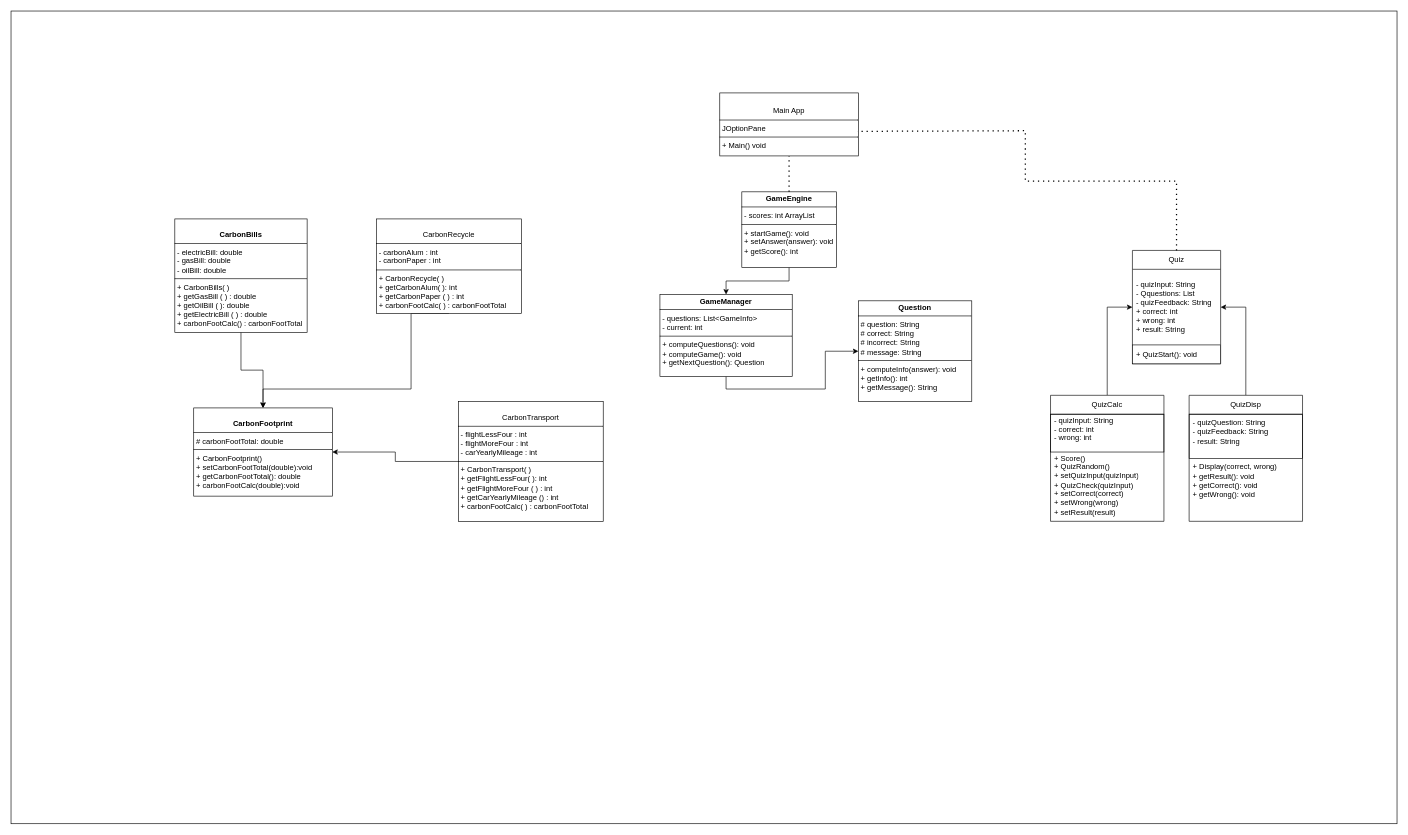
This is ClassDiagram.drawio from JordanTheCodeless/OOP_SDG_CA, a draw.io file, before an edit. Source tidied: cells renumbered, new cells numbered last; positions are measured from the earlier drawing's top-left corner, leaving out a move shared by most shapes. Both pictures are drawn from the tidied source at 63%, with x=0, y=0 at pixel (11, 11).
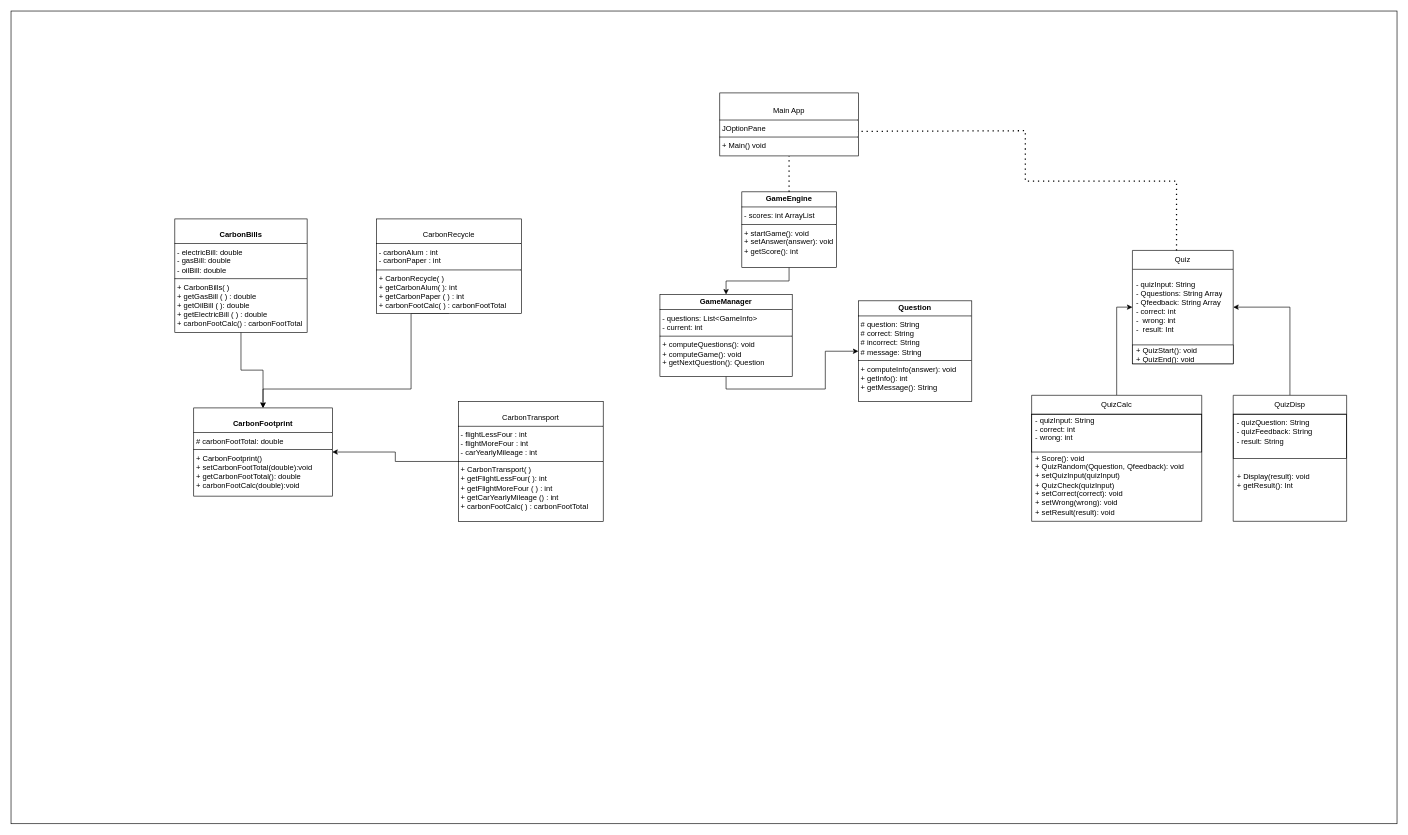
Above is the later version.

Commit message:
Diagram changes -Greg

Diff of the diagram source:
```diff
@@
     <mxCell id="12" value="Quiz" style="swimlane;fontStyle=0;horizontal=1;startSize=30;whiteSpace=wrap;html=1;" parent="1" vertex="1">
-      <mxGeometry x="1780" y="380" width="140" height="180" as="geometry" />
+      <mxGeometry x="1780" y="380" width="160" height="180" as="geometry" />
     </mxCell>
-    <mxCell id="13" value="&lt;div&gt;- quizInput: String&lt;br&gt;&lt;/div&gt;&lt;div&gt;- Qquestions: List&lt;br&gt;&lt;/div&gt;&lt;div&gt;- quizFeedback: String&lt;br&gt;&lt;/div&gt;&lt;div&gt;+ correct: int&lt;/div&gt;&lt;div&gt;+ wrong: int&lt;/div&gt;&lt;div&gt;+ result: String&lt;br&gt;&lt;/div&gt;" style="text;strokeColor=none;fillColor=none;align=left;verticalAlign=middle;spacingLeft=4;spacingRight=4;overflow=hidden;points=[[0,0.5],[1,0.5]];portConstraint=eastwest;whiteSpace=wrap;html=1;" parent="12" vertex="1">
-      <mxGeometry y="30" width="140" height="120" as="geometry" />
+    <mxCell id="13" value="&lt;div&gt;- quizInput: String&lt;br&gt;&lt;/div&gt;&lt;div&gt;- Qquestions: String Array&lt;br&gt;&lt;/div&gt;&lt;div&gt;- Qfeedback: String Array&lt;br&gt;&lt;/div&gt;&lt;div&gt;- correct: int&lt;/div&gt;&lt;div&gt;-&amp;nbsp; wrong: int&lt;/div&gt;&lt;div&gt;-&amp;nbsp; result: Int&lt;br&gt;&lt;/div&gt;" style="text;strokeColor=none;fillColor=none;align=left;verticalAlign=middle;spacingLeft=4;spacingRight=4;overflow=hidden;points=[[0,0.5],[1,0.5]];portConstraint=eastwest;whiteSpace=wrap;html=1;" parent="12" vertex="1">
+      <mxGeometry y="30" width="160" height="120" as="geometry" />
     </mxCell>
-    <mxCell id="14" value="+ QuizStart(): void" style="text;strokeColor=default;fillColor=default;align=left;verticalAlign=middle;spacingLeft=4;spacingRight=4;overflow=hidden;whiteSpace=wrap;html=1;" parent="12" vertex="1">
-      <mxGeometry y="150" width="140" height="30" as="geometry" />
+    <mxCell id="14" value="&lt;div&gt;+ QuizStart(): void&lt;/div&gt;&lt;div&gt;+ QuizEnd(): void&lt;br&gt;&lt;/div&gt;" style="text;strokeColor=default;fillColor=default;align=left;verticalAlign=middle;spacingLeft=4;spacingRight=4;overflow=hidden;whiteSpace=wrap;html=1;" parent="12" vertex="1">
+      <mxGeometry y="150" width="160" height="30" as="geometry" />
     </mxCell>
@@
     <mxCell id="16" value="QuizCalc" style="swimlane;fontStyle=0;horizontal=1;startSize=30;whiteSpace=wrap;html=1;" parent="1" vertex="1">
-      <mxGeometry x="1650" y="610" width="180" height="200" as="geometry" />
+      <mxGeometry x="1620" y="610" width="270" height="200" as="geometry" />
     </mxCell>
     <mxCell id="17" value="&lt;div&gt;- quizInput: String&lt;/div&gt;&lt;div&gt;- correct: int&lt;/div&gt;&lt;div&gt;- wrong: int&lt;br&gt;&lt;/div&gt;&lt;div&gt;&lt;br&gt;&lt;/div&gt;" style="text;strokeColor=default;fillColor=none;align=left;verticalAlign=middle;spacingLeft=4;spacingRight=4;overflow=hidden;whiteSpace=wrap;html=1;" parent="16" vertex="1">
-      <mxGeometry y="30" width="180" height="60" as="geometry" />
+      <mxGeometry y="30" width="270" height="60" as="geometry" />
     </mxCell>
-    <mxCell id="18" value="&lt;div&gt;+ Score()&lt;/div&gt;&lt;div&gt;+ QuizRandom()&lt;br&gt;&lt;/div&gt;&lt;div&gt;+ setQuizInput(quizInput)&lt;/div&gt;&lt;div&gt;+ QuizCheck(quizInput)&lt;br&gt;&lt;/div&gt;&lt;div&gt;+ setCorrect(correct)&lt;/div&gt;&lt;div&gt;+ setWrong(wrong)&lt;/div&gt;&lt;div&gt;+ setResult(result)&lt;br&gt;&lt;/div&gt;&lt;div&gt;&lt;br&gt;&lt;/div&gt;" style="text;strokeColor=none;fillColor=none;align=left;verticalAlign=middle;spacingLeft=4;spacingRight=4;overflow=hidden;whiteSpace=wrap;html=1;" parent="16" vertex="1">
-      <mxGeometry y="90" width="180" height="110" as="geometry" />
+    <mxCell id="18" value="&lt;div&gt;+ Score(): void&lt;br&gt;&lt;/div&gt;&lt;div&gt;+ QuizRandom(Qquestion, Qfeedback): void&lt;br&gt;&lt;/div&gt;&lt;div&gt;+ setQuizInput(quizInput)&lt;/div&gt;&lt;div&gt;+ QuizCheck(quizInput)&lt;br&gt;&lt;/div&gt;&lt;div&gt;+ setCorrect(correct): void&lt;br&gt;&lt;/div&gt;&lt;div&gt;+ setWrong(wrong): void&lt;br&gt;&lt;/div&gt;&lt;div&gt;+ setResult(result): void&lt;br&gt;&lt;/div&gt;&lt;div&gt;&lt;br&gt;&lt;/div&gt;" style="text;strokeColor=none;fillColor=none;align=left;verticalAlign=middle;spacingLeft=4;spacingRight=4;overflow=hidden;whiteSpace=wrap;html=1;" parent="16" vertex="1">
+      <mxGeometry y="90" width="270" height="110" as="geometry" />
     </mxCell>
@@
     <mxCell id="20" value="QuizDisp" style="swimlane;fontStyle=0;horizontal=1;startSize=30;whiteSpace=wrap;html=1;" parent="1" vertex="1">
-      <mxGeometry x="1870" y="610" width="180" height="200" as="geometry" />
+      <mxGeometry x="1940" y="610" width="180" height="200" as="geometry" />
     </mxCell>
@@
-    <mxCell id="22" value="&lt;div&gt;+ Display(correct, wrong)&lt;/div&gt;&lt;div&gt;+ getResult(): void&lt;/div&gt;&lt;div&gt;+ getCorrect(): void&lt;/div&gt;&lt;div&gt;+ getWrong(): void&lt;br&gt;&lt;/div&gt;&lt;div&gt;&lt;br&gt;&lt;/div&gt;&lt;div&gt;&lt;br&gt;&lt;/div&gt;" style="text;strokeColor=none;fillColor=none;align=left;verticalAlign=middle;spacingLeft=4;spacingRight=4;overflow=hidden;whiteSpace=wrap;html=1;" parent="20" vertex="1">
+    <mxCell id="22" value="&lt;div&gt;+ Display(result): void&lt;br&gt;&lt;/div&gt;&lt;div&gt;+ getResult(): Int&lt;br&gt;&lt;/div&gt;&lt;div&gt;&lt;br&gt;&lt;/div&gt;&lt;div&gt;&lt;br&gt;&lt;/div&gt;" style="text;strokeColor=none;fillColor=none;align=left;verticalAlign=middle;spacingLeft=4;spacingRight=4;overflow=hidden;whiteSpace=wrap;html=1;" parent="20" vertex="1">
       <mxGeometry y="100" width="180" height="100" as="geometry" />
     </mxCell>
```
